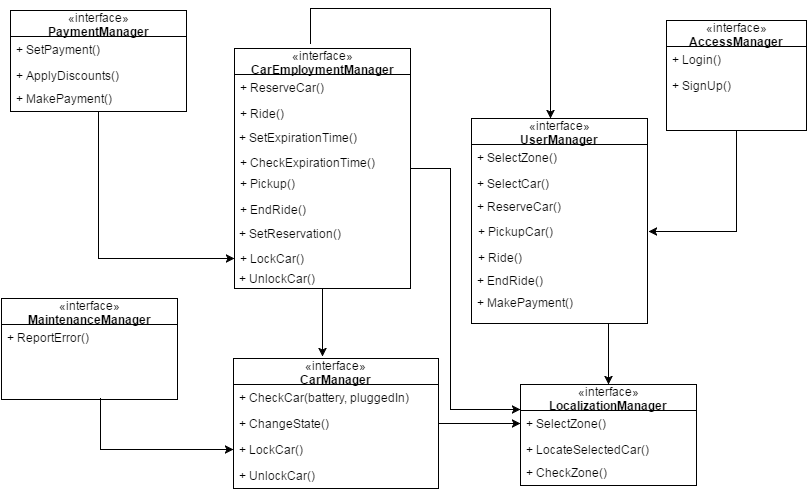
Earlier version of the draw.io export DD/img/Interfaces.png (archnnj/flowerpowerenjoy). Source tidied: cells renumbered, new cells last; positions are measured from the earlier drawing's top-left corner, leaving out a move shared by most shapes.
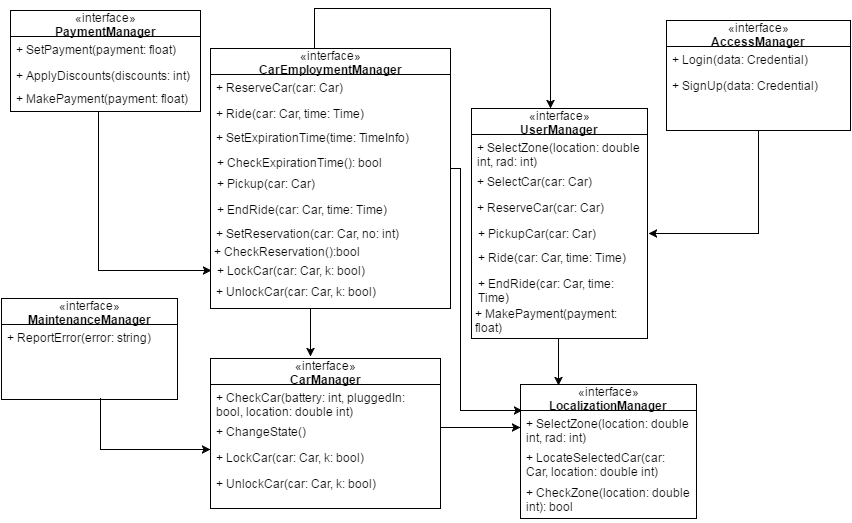
After the commit.

Commit message:
New component interfaces img

What changed in the source:
```diff
@@ -8,18 +8,23 @@
     <mxCell id="3" value="«interface»&lt;br&gt;&lt;b&gt;AccessManager&lt;/b&gt;" style="swimlane;html=1;fontStyle=0;horizontal=1;startSize=26;fillColor=none;swimlaneFillColor=#ffffff;" parent="1" vertex="1">
-      <mxGeometry x="665" y="12" width="140" height="110" as="geometry" />
+      <mxGeometry x="665" y="12" width="184" height="110" as="geometry" />
     </mxCell>
-    <mxCell id="4" value="+ Login()" style="text;html=1;strokeColor=none;fillColor=none;align=left;verticalAlign=top;spacingLeft=4;spacingRight=4;whiteSpace=wrap;overflow=hidden;" parent="3" vertex="1">
-      <mxGeometry y="26" width="140" height="26" as="geometry" />
+    <mxCell id="4" value="+ Login(data: Credential)" style="text;html=1;strokeColor=none;fillColor=none;align=left;verticalAlign=top;spacingLeft=4;spacingRight=4;whiteSpace=wrap;overflow=hidden;" parent="3" vertex="1">
+      <mxGeometry y="26" width="184" height="26" as="geometry" />
     </mxCell>
-    <mxCell id="5" value="+ SignUp()" style="text;html=1;strokeColor=none;fillColor=none;align=left;verticalAlign=top;spacingLeft=4;spacingRight=4;whiteSpace=wrap;overflow=hidden;" parent="3" vertex="1">
-      <mxGeometry y="52" width="140" height="26" as="geometry" />
+    <mxCell id="5" value="+ SignUp(data: Credential)" style="text;html=1;strokeColor=none;fillColor=none;align=left;verticalAlign=top;spacingLeft=4;spacingRight=4;whiteSpace=wrap;overflow=hidden;" parent="3" vertex="1">
+      <mxGeometry y="52" width="184" height="26" as="geometry" />
     </mxCell>
     <mxCell id="6" style="edgeStyle=orthogonalEdgeStyle;rounded=0;html=1;entryX=0.434;entryY=-0.015;jettySize=auto;entryPerimeter=0;" parent="1" edge="1" source="9" target="32">
-      <mxGeometry relative="1" as="geometry" />
+      <mxGeometry relative="1" as="geometry">
+        <Array as="points">
+          <mxPoint x="309" y="310" />
+          <mxPoint x="309" y="310" />
+        </Array>
+      </mxGeometry>
     </mxCell>
-    <mxCell id="7" style="edgeStyle=orthogonalEdgeStyle;rounded=0;html=1;entryX=0;entryY=0.25;jettySize=auto;" parent="1" edge="1" source="9" target="28">
+    <mxCell id="7" style="edgeStyle=orthogonalEdgeStyle;rounded=0;html=1;jettySize=auto;entryX=0.011;entryY=0;entryPerimeter=0;" parent="1" edge="1" source="9" target="29">
       <mxGeometry relative="1" as="geometry">
         <Array as="points">
-          <mxPoint x="449" y="160" />
-          <mxPoint x="449" y="401" />
+          <mxPoint x="459" y="160" />
+          <mxPoint x="459" y="402" />
         </Array>
@@ -27,6 +32,7 @@
     </mxCell>
-    <mxCell id="8" style="edgeStyle=orthogonalEdgeStyle;rounded=0;html=1;entryX=0.449;entryY=0;entryPerimeter=0;jettySize=auto;exitX=0.432;exitY=-0.021;exitPerimeter=0;" parent="1" edge="1" source="9" target="20">
+    <mxCell id="8" style="edgeStyle=orthogonalEdgeStyle;rounded=0;html=1;entryX=0.449;entryY=0;entryPerimeter=0;jettySize=auto;exitX=0.438;exitY=0.008;exitPerimeter=0;" parent="1" edge="1" source="9" target="20">
       <mxGeometry relative="1" as="geometry">
         <Array as="points">
-          <mxPoint x="309" />
+          <mxPoint x="313" y="42" />
+          <mxPoint x="313" />
           <mxPoint x="549" />
@@ -36,35 +42,35 @@
     <mxCell id="9" value="«interface»&lt;br&gt;&lt;b&gt;CarEmploymentManager&lt;/b&gt;" style="swimlane;html=1;fontStyle=0;horizontal=1;startSize=26;fillColor=none;swimlaneFillColor=#ffffff;" parent="1" vertex="1">
-      <mxGeometry x="233" y="40" width="176" height="240" as="geometry" />
+      <mxGeometry x="209" y="40" width="240" height="260" as="geometry" />
     </mxCell>
-    <mxCell id="10" value="+ ReserveCar()" style="text;html=1;strokeColor=none;fillColor=none;align=left;verticalAlign=top;spacingLeft=4;spacingRight=4;whiteSpace=wrap;overflow=hidden;" parent="9" vertex="1">
-      <mxGeometry y="26" width="176" height="26" as="geometry" />
+    <mxCell id="10" value="+ ReserveCar(car: Car)" style="text;html=1;strokeColor=none;fillColor=none;align=left;verticalAlign=top;spacingLeft=4;spacingRight=4;whiteSpace=wrap;overflow=hidden;" parent="9" vertex="1">
+      <mxGeometry y="26" width="240" height="26" as="geometry" />
     </mxCell>
-    <mxCell id="11" value="+ Ride()" style="text;html=1;strokeColor=none;fillColor=none;align=left;verticalAlign=top;spacingLeft=4;spacingRight=4;whiteSpace=wrap;overflow=hidden;" parent="9" vertex="1">
-      <mxGeometry y="52" width="176" height="26" as="geometry" />
+    <mxCell id="11" value="+ Ride(car: Car, time: Time)" style="text;html=1;strokeColor=none;fillColor=none;align=left;verticalAlign=top;spacingLeft=4;spacingRight=4;whiteSpace=wrap;overflow=hidden;" parent="9" vertex="1">
+      <mxGeometry y="52" width="240" height="26" as="geometry" />
     </mxCell>
-    <mxCell id="12" value="+ SetExpirationTime()" style="text;html=1;strokeColor=none;fillColor=none;align=left;verticalAlign=top;spacingLeft=4;spacingRight=4;whiteSpace=wrap;overflow=hidden;" parent="1" vertex="1">
-      <mxGeometry x="232" y="116" width="157" height="26" as="geometry" />
+    <mxCell id="12" value="+ SetExpirationTime(time: TimeInfo)" style="text;html=1;strokeColor=none;fillColor=none;align=left;verticalAlign=top;spacingLeft=4;spacingRight=4;whiteSpace=wrap;overflow=hidden;" parent="1" vertex="1">
+      <mxGeometry x="209" y="116" width="230" height="26" as="geometry" />
     </mxCell>
-    <mxCell id="13" value="+ CheckExpirationTime()" style="text;html=1;strokeColor=none;fillColor=none;align=left;verticalAlign=top;spacingLeft=4;spacingRight=4;whiteSpace=wrap;overflow=hidden;" parent="1" vertex="1">
-      <mxGeometry x="233" y="141" width="176" height="26" as="geometry" />
+    <mxCell id="13" value="+ CheckExpirationTime(): bool" style="text;html=1;strokeColor=none;fillColor=none;align=left;verticalAlign=top;spacingLeft=4;spacingRight=4;whiteSpace=wrap;overflow=hidden;" parent="1" vertex="1">
+      <mxGeometry x="210" y="141" width="229" height="26" as="geometry" />
     </mxCell>
-    <mxCell id="14" value="+ Pickup()" style="text;html=1;strokeColor=none;fillColor=none;align=left;verticalAlign=top;spacingLeft=4;spacingRight=4;whiteSpace=wrap;overflow=hidden;" parent="1" vertex="1">
-      <mxGeometry x="233" y="162" width="166" height="26" as="geometry" />
+    <mxCell id="14" value="+ Pickup(car: Car)" style="text;html=1;strokeColor=none;fillColor=none;align=left;verticalAlign=top;spacingLeft=4;spacingRight=4;whiteSpace=wrap;overflow=hidden;" parent="1" vertex="1">
+      <mxGeometry x="210" y="162" width="229" height="26" as="geometry" />
     </mxCell>
-    <mxCell id="15" value="+ EndRide()" style="text;html=1;strokeColor=none;fillColor=none;align=left;verticalAlign=top;spacingLeft=4;spacingRight=4;whiteSpace=wrap;overflow=hidden;" parent="1" vertex="1">
-      <mxGeometry x="233" y="188" width="166" height="26" as="geometry" />
+    <mxCell id="15" value="+ EndRide(car: Car, time: Time)" style="text;html=1;strokeColor=none;fillColor=none;align=left;verticalAlign=top;spacingLeft=4;spacingRight=4;whiteSpace=wrap;overflow=hidden;" parent="1" vertex="1">
+      <mxGeometry x="210" y="188" width="239" height="26" as="geometry" />
     </mxCell>
-    <mxCell id="16" value="+ SetReservation()" style="text;html=1;strokeColor=none;fillColor=none;align=left;verticalAlign=top;spacingLeft=4;spacingRight=4;whiteSpace=wrap;overflow=hidden;" parent="1" vertex="1">
-      <mxGeometry x="232" y="212" width="140" height="26" as="geometry" />
+    <mxCell id="16" value="+ SetReservation(car: Car, no: int)" style="text;html=1;strokeColor=none;fillColor=none;align=left;verticalAlign=top;spacingLeft=4;spacingRight=4;whiteSpace=wrap;overflow=hidden;" parent="1" vertex="1">
+      <mxGeometry x="209" y="212" width="220" height="26" as="geometry" />
     </mxCell>
-    <mxCell id="17" value="+ LockCar()" style="text;html=1;strokeColor=none;fillColor=none;align=left;verticalAlign=top;spacingLeft=4;spacingRight=4;whiteSpace=wrap;overflow=hidden;points=[[0,0.5],[1,0.5]];portConstraint=eastwest;" parent="1" vertex="1">
-      <mxGeometry x="233" y="237" width="156" height="26" as="geometry" />
+    <mxCell id="17" value="+ LockCar(car: Car, k: bool)" style="text;html=1;strokeColor=none;fillColor=none;align=left;verticalAlign=top;spacingLeft=4;spacingRight=4;whiteSpace=wrap;overflow=hidden;points=[[0,0.5],[1,0.5]];portConstraint=eastwest;" parent="1" vertex="1">
+      <mxGeometry x="210" y="249" width="229" height="26" as="geometry" />
     </mxCell>
-    <mxCell id="18" value="+ UnlockCar()" style="text;html=1;strokeColor=none;fillColor=none;align=left;verticalAlign=top;spacingLeft=4;spacingRight=4;whiteSpace=wrap;overflow=hidden;" parent="1" vertex="1">
-      <mxGeometry x="232" y="257" width="156" height="26" as="geometry" />
+    <mxCell id="18" value="+ UnlockCar(car: Car, k: bool)" style="text;html=1;strokeColor=none;fillColor=none;align=left;verticalAlign=top;spacingLeft=4;spacingRight=4;whiteSpace=wrap;overflow=hidden;" parent="1" vertex="1">
+      <mxGeometry x="209" y="270" width="200" height="26" as="geometry" />
     </mxCell>
-    <mxCell id="19" style="edgeStyle=orthogonalEdgeStyle;rounded=0;html=1;exitX=0.5;exitY=1;entryX=0.5;entryY=0;jettySize=auto;" parent="1" edge="1" source="20" target="28">
+    <mxCell id="19" style="edgeStyle=orthogonalEdgeStyle;rounded=0;html=1;exitX=0.5;exitY=1;jettySize=auto;entryX=0.216;entryY=0.007;entryPerimeter=0;" parent="1" edge="1" source="20" target="28">
       <mxGeometry relative="1" as="geometry">
         <Array as="points">
-          <mxPoint x="607" y="315" />
+          <mxPoint x="557" y="330" />
         </Array>
@@ -73,51 +79,51 @@
     <mxCell id="20" value="«interface»&lt;br&gt;&lt;b&gt;UserManager&lt;/b&gt;" style="swimlane;html=1;fontStyle=0;horizontal=1;startSize=26;fillColor=none;swimlaneFillColor=#ffffff;" parent="1" vertex="1">
-      <mxGeometry x="470" y="110" width="176" height="205" as="geometry" />
+      <mxGeometry x="470" y="100" width="176" height="230" as="geometry" />
     </mxCell>
-    <mxCell id="21" value="+ SelectZone()" style="text;html=1;strokeColor=none;fillColor=none;align=left;verticalAlign=top;spacingLeft=4;spacingRight=4;whiteSpace=wrap;overflow=hidden;" parent="20" vertex="1">
-      <mxGeometry y="26" width="176" height="26" as="geometry" />
+    <mxCell id="21" value="+ SelectZone(location: double int, rad: int)" style="text;html=1;strokeColor=none;fillColor=none;align=left;verticalAlign=top;spacingLeft=4;spacingRight=4;whiteSpace=wrap;overflow=hidden;" parent="20" vertex="1">
+      <mxGeometry y="26" width="176" height="34" as="geometry" />
     </mxCell>
-    <mxCell id="22" value="+ SelectCar()" style="text;html=1;strokeColor=none;fillColor=none;align=left;verticalAlign=top;spacingLeft=4;spacingRight=4;whiteSpace=wrap;overflow=hidden;" parent="20" vertex="1">
-      <mxGeometry y="52" width="176" height="26" as="geometry" />
+    <mxCell id="22" value="+ SelectCar(car: Car)" style="text;html=1;strokeColor=none;fillColor=none;align=left;verticalAlign=top;spacingLeft=4;spacingRight=4;whiteSpace=wrap;overflow=hidden;" parent="20" vertex="1">
+      <mxGeometry y="60" width="176" height="40" as="geometry" />
     </mxCell>
-    <mxCell id="23" value="+ ReserveCar()" style="text;html=1;strokeColor=none;fillColor=none;align=left;verticalAlign=top;spacingLeft=4;spacingRight=4;whiteSpace=wrap;overflow=hidden;" parent="1" vertex="1">
-      <mxGeometry x="470" y="185" width="157" height="26" as="geometry" />
+    <mxCell id="23" value="+ ReserveCar(car: Car)" style="text;html=1;strokeColor=none;fillColor=none;align=left;verticalAlign=top;spacingLeft=4;spacingRight=4;whiteSpace=wrap;overflow=hidden;" parent="1" vertex="1">
+      <mxGeometry x="470" y="186" width="157" height="26" as="geometry" />
     </mxCell>
-    <mxCell id="24" value="+ PickupCar()" style="text;html=1;strokeColor=none;fillColor=none;align=left;verticalAlign=top;spacingLeft=4;spacingRight=4;whiteSpace=wrap;overflow=hidden;points=[[0,0.5],[1,0.5]];portConstraint=eastwest;" parent="1" vertex="1">
-      <mxGeometry x="471" y="210" width="176" height="26" as="geometry" />
+    <mxCell id="24" value="+ PickupCar(car: Car)" style="text;html=1;strokeColor=none;fillColor=none;align=left;verticalAlign=top;spacingLeft=4;spacingRight=4;whiteSpace=wrap;overflow=hidden;points=[[0,0.5],[1,0.5]];portConstraint=eastwest;" parent="1" vertex="1">
+      <mxGeometry x="471" y="212" width="176" height="26" as="geometry" />
     </mxCell>
-    <mxCell id="25" value="+ Ride()" style="text;html=1;strokeColor=none;fillColor=none;align=left;verticalAlign=top;spacingLeft=4;spacingRight=4;whiteSpace=wrap;overflow=hidden;" parent="1" vertex="1">
+    <mxCell id="25" value="+&amp;nbsp;Ride(car: Car, time: Time)" style="text;html=1;strokeColor=none;fillColor=none;align=left;verticalAlign=top;spacingLeft=4;spacingRight=4;whiteSpace=wrap;overflow=hidden;" parent="1" vertex="1">
       <mxGeometry x="471" y="236" width="166" height="26" as="geometry" />
     </mxCell>
-    <mxCell id="26" value="+ MakePayment()" style="text;html=1;strokeColor=none;fillColor=none;align=left;verticalAlign=top;spacingLeft=4;spacingRight=4;whiteSpace=wrap;overflow=hidden;points=[[0,0.5],[1,0.5]];portConstraint=eastwest;" parent="1" vertex="1">
-      <mxGeometry x="470" y="281" width="140" height="26" as="geometry" />
+    <mxCell id="26" value="+ MakePayment(payment: float)" style="text;html=1;strokeColor=none;fillColor=none;align=left;verticalAlign=top;spacingLeft=4;spacingRight=4;whiteSpace=wrap;overflow=hidden;points=[[0,0.5],[1,0.5]];portConstraint=eastwest;" parent="1" vertex="1">
+      <mxGeometry x="468" y="292" width="181" height="34" as="geometry" />
     </mxCell>
-    <mxCell id="27" value="+ EndRide()" style="text;html=1;strokeColor=none;fillColor=none;align=left;verticalAlign=top;spacingLeft=4;spacingRight=4;whiteSpace=wrap;overflow=hidden;" parent="1" vertex="1">
-      <mxGeometry x="470" y="259" width="166" height="26" as="geometry" />
+    <mxCell id="27" value="+ EndRide(car: Car, time: Time)" style="text;html=1;strokeColor=none;fillColor=none;align=left;verticalAlign=top;spacingLeft=4;spacingRight=4;whiteSpace=wrap;overflow=hidden;" parent="1" vertex="1">
+      <mxGeometry x="471" y="262" width="166" height="38" as="geometry" />
     </mxCell>
     <mxCell id="28" value="«interface»&lt;br&gt;&lt;b&gt;LocalizationManager&lt;/b&gt;" style="swimlane;html=1;fontStyle=0;horizontal=1;startSize=26;fillColor=none;swimlaneFillColor=#ffffff;" parent="1" vertex="1">
-      <mxGeometry x="519" y="376" width="176" height="101" as="geometry" />
+      <mxGeometry x="519" y="376" width="176" height="134" as="geometry" />
     </mxCell>
-    <mxCell id="29" value="+ SelectZone()" style="text;html=1;strokeColor=none;fillColor=none;align=left;verticalAlign=top;spacingLeft=4;spacingRight=4;whiteSpace=wrap;overflow=hidden;points=[[0,0.5],[1,0.5]];portConstraint=eastwest;" parent="28" vertex="1">
-      <mxGeometry y="26" width="176" height="26" as="geometry" />
+    <mxCell id="29" value="+ SelectZone(location: double int, rad: int)" style="text;html=1;strokeColor=none;fillColor=none;align=left;verticalAlign=top;spacingLeft=4;spacingRight=4;whiteSpace=wrap;overflow=hidden;points=[[0,0.5],[1,0.5]];portConstraint=eastwest;" parent="28" vertex="1">
+      <mxGeometry y="26" width="176" height="34" as="geometry" />
     </mxCell>
-    <mxCell id="30" value="+ LocateSelectedCar()" style="text;html=1;strokeColor=none;fillColor=none;align=left;verticalAlign=top;spacingLeft=4;spacingRight=4;whiteSpace=wrap;overflow=hidden;" parent="28" vertex="1">
-      <mxGeometry y="52" width="176" height="26" as="geometry" />
+    <mxCell id="30" value="+ LocateSelectedCar(car: Car, location: double int)" style="text;html=1;strokeColor=none;fillColor=none;align=left;verticalAlign=top;spacingLeft=4;spacingRight=4;whiteSpace=wrap;overflow=hidden;" parent="28" vertex="1">
+      <mxGeometry y="60" width="176" height="40" as="geometry" />
     </mxCell>
-    <mxCell id="31" value="+ CheckZone()" style="text;html=1;strokeColor=none;fillColor=none;align=left;verticalAlign=top;spacingLeft=4;spacingRight=4;whiteSpace=wrap;overflow=hidden;" parent="1" vertex="1">
-      <mxGeometry x="519" y="451" width="137" height="26" as="geometry" />
+    <mxCell id="31" value="+ CheckZone(location: double int): bool" style="text;html=1;strokeColor=none;fillColor=none;align=left;verticalAlign=top;spacingLeft=4;spacingRight=4;whiteSpace=wrap;overflow=hidden;" parent="1" vertex="1">
+      <mxGeometry x="519" y="471" width="180" height="39" as="geometry" />
     </mxCell>
     <mxCell id="32" value="«interface»&lt;br&gt;&lt;b&gt;CarManager&lt;/b&gt;" style="swimlane;html=1;fontStyle=0;horizontal=1;startSize=26;fillColor=none;swimlaneFillColor=#ffffff;" parent="1" vertex="1">
-      <mxGeometry x="232" y="350" width="205" height="130" as="geometry" />
+      <mxGeometry x="209" y="350" width="230" height="150" as="geometry" />
     </mxCell>
-    <mxCell id="33" value="+ CheckCar(battery, pluggedIn)" style="text;html=1;strokeColor=none;fillColor=none;align=left;verticalAlign=top;spacingLeft=4;spacingRight=4;whiteSpace=wrap;overflow=hidden;" parent="32" vertex="1">
-      <mxGeometry y="26" width="205" height="26" as="geometry" />
+    <mxCell id="33" value="+ CheckCar(battery: int, pluggedIn: bool, location: double int)" style="text;html=1;strokeColor=none;fillColor=none;align=left;verticalAlign=top;spacingLeft=4;spacingRight=4;whiteSpace=wrap;overflow=hidden;" parent="32" vertex="1">
+      <mxGeometry y="26" width="230" height="34" as="geometry" />
     </mxCell>
     <mxCell id="34" value="+ ChangeState()" style="text;html=1;strokeColor=none;fillColor=none;align=left;verticalAlign=top;spacingLeft=4;spacingRight=4;whiteSpace=wrap;overflow=hidden;points=[[0,0.5],[1,0.5]];portConstraint=eastwest;" parent="32" vertex="1">
-      <mxGeometry y="52" width="205" height="26" as="geometry" />
+      <mxGeometry y="60" width="230" height="26" as="geometry" />
     </mxCell>
-    <mxCell id="35" value="+ LockCar()" style="text;html=1;strokeColor=none;fillColor=none;align=left;verticalAlign=top;spacingLeft=4;spacingRight=4;whiteSpace=wrap;overflow=hidden;points=[[0,0.5],[1,0.5]];portConstraint=eastwest;" parent="32" vertex="1">
-      <mxGeometry y="78" width="205" height="26" as="geometry" />
+    <mxCell id="35" value="+ LockCar(car: Car, k: bool)" style="text;html=1;strokeColor=none;fillColor=none;align=left;verticalAlign=top;spacingLeft=4;spacingRight=4;whiteSpace=wrap;overflow=hidden;points=[[0,0.5],[1,0.5]];portConstraint=eastwest;" parent="32" vertex="1">
+      <mxGeometry y="86" width="230" height="26" as="geometry" />
     </mxCell>
-    <mxCell id="36" value="+ UnlockCar()" style="text;html=1;strokeColor=none;fillColor=none;align=left;verticalAlign=top;spacingLeft=4;spacingRight=4;whiteSpace=wrap;overflow=hidden;" parent="32" vertex="1">
-      <mxGeometry y="104" width="205" height="26" as="geometry" />
+    <mxCell id="36" value="+ UnlockCar(car: Car, k: bool)" style="text;html=1;strokeColor=none;fillColor=none;align=left;verticalAlign=top;spacingLeft=4;spacingRight=4;whiteSpace=wrap;overflow=hidden;" parent="32" vertex="1">
+      <mxGeometry y="112" width="230" height="26" as="geometry" />
     </mxCell>
@@ -126,3 +132,3 @@
     </mxCell>
-    <mxCell id="38" value="+ ReportError()" style="text;html=1;strokeColor=none;fillColor=none;align=left;verticalAlign=top;spacingLeft=4;spacingRight=4;whiteSpace=wrap;overflow=hidden;" parent="37" vertex="1">
+    <mxCell id="38" value="+ ReportError(error: string)" style="text;html=1;strokeColor=none;fillColor=none;align=left;verticalAlign=top;spacingLeft=4;spacingRight=4;whiteSpace=wrap;overflow=hidden;" parent="37" vertex="1">
       <mxGeometry y="26" width="176" height="26" as="geometry" />
@@ -132,3 +138,3 @@
         <Array as="points">
-          <mxPoint x="97" y="250" />
+          <mxPoint x="97" y="262" />
         </Array>
@@ -137,18 +143,17 @@
     <mxCell id="40" value="«interface»&lt;br&gt;&lt;b&gt;PaymentManager&lt;/b&gt;" style="swimlane;html=1;fontStyle=0;horizontal=1;startSize=26;fillColor=none;swimlaneFillColor=#ffffff;" parent="1" vertex="1">
-      <mxGeometry x="9" y="2" width="176" height="101" as="geometry" />
+      <mxGeometry x="9" y="2" width="190" height="101" as="geometry" />
     </mxCell>
-    <mxCell id="41" value="+ SetPayment()" style="text;html=1;strokeColor=none;fillColor=none;align=left;verticalAlign=top;spacingLeft=4;spacingRight=4;whiteSpace=wrap;overflow=hidden;" parent="40" vertex="1">
-      <mxGeometry y="26" width="176" height="26" as="geometry" />
+    <mxCell id="41" value="+ SetPayment(payment: float)" style="text;html=1;strokeColor=none;fillColor=none;align=left;verticalAlign=top;spacingLeft=4;spacingRight=4;whiteSpace=wrap;overflow=hidden;" parent="40" vertex="1">
+      <mxGeometry y="26" width="190" height="26" as="geometry" />
     </mxCell>
-    <mxCell id="42" value="+ ApplyDiscounts()" style="text;html=1;strokeColor=none;fillColor=none;align=left;verticalAlign=top;spacingLeft=4;spacingRight=4;whiteSpace=wrap;overflow=hidden;" parent="40" vertex="1">
-      <mxGeometry y="52" width="176" height="26" as="geometry" />
+    <mxCell id="42" value="+ ApplyDiscounts(discounts: int)" style="text;html=1;strokeColor=none;fillColor=none;align=left;verticalAlign=top;spacingLeft=4;spacingRight=4;whiteSpace=wrap;overflow=hidden;" parent="40" vertex="1">
+      <mxGeometry y="52" width="190" height="26" as="geometry" />
     </mxCell>
-    <mxCell id="43" value="+ MakePayment()" style="text;html=1;strokeColor=none;fillColor=none;align=left;verticalAlign=top;spacingLeft=4;spacingRight=4;whiteSpace=wrap;overflow=hidden;" parent="1" vertex="1">
-      <mxGeometry x="9" y="77" width="157" height="26" as="geometry" />
+    <mxCell id="43" value="+ MakePayment(payment: float)" style="text;html=1;strokeColor=none;fillColor=none;align=left;verticalAlign=top;spacingLeft=4;spacingRight=4;whiteSpace=wrap;overflow=hidden;" parent="1" vertex="1">
+      <mxGeometry x="9" y="77" width="190" height="26" as="geometry" />
     </mxCell>
-    <mxCell id="44" style="edgeStyle=orthogonalEdgeStyle;rounded=0;html=1;exitX=1;exitY=0.5;entryX=0;entryY=0.5;jettySize=auto;" parent="1" edge="1" source="34" target="29">
+    <mxCell id="44" style="edgeStyle=orthogonalEdgeStyle;rounded=0;html=1;exitX=1;exitY=0.5;jettySize=auto;entryX=0;entryY=0.5;" parent="1" edge="1" source="34" target="29">
       <mxGeometry relative="1" as="geometry">
         <Array as="points">
-          <mxPoint x="499" y="415" />
-          <mxPoint x="499" y="415" />
+          <mxPoint x="439" y="419" />
         </Array>
@@ -156,5 +161,6 @@
     </mxCell>
-    <mxCell id="45" style="edgeStyle=orthogonalEdgeStyle;rounded=0;html=1;jettySize=auto;entryX=0;entryY=0.5;" parent="1" edge="1" target="35">
+    <mxCell id="45" style="edgeStyle=orthogonalEdgeStyle;rounded=0;html=1;jettySize=auto;orthogonalLoop=1;" parent="1" edge="1">
       <mxGeometry relative="1" as="geometry">
         <mxPoint x="99" y="390" as="sourcePoint" />
+        <mxPoint x="209" y="441" as="targetPoint" />
         <Array as="points">
@@ -164,2 +170,8 @@
     </mxCell>
+    <mxCell id="46" value="+ CheckReservation():bool" style="text;html=1;strokeColor=none;fillColor=none;align=left;verticalAlign=top;spacingLeft=4;spacingRight=4;whiteSpace=wrap;overflow=hidden;" parent="1" vertex="1">
+      <mxGeometry x="207" y="230" width="220" height="26" as="geometry" />
+    </mxCell>
+    <mxCell id="47" style="edgeStyle=orthogonalEdgeStyle;rounded=0;html=1;exitX=1;exitY=0.5;entryX=1;entryY=0.5;endArrow=blockThin;endFill=1;jettySize=auto;orthogonalLoop=1;" parent="1" edge="1" source="26" target="26">
+      <mxGeometry relative="1" as="geometry" />
+    </mxCell>
   </root>
```
